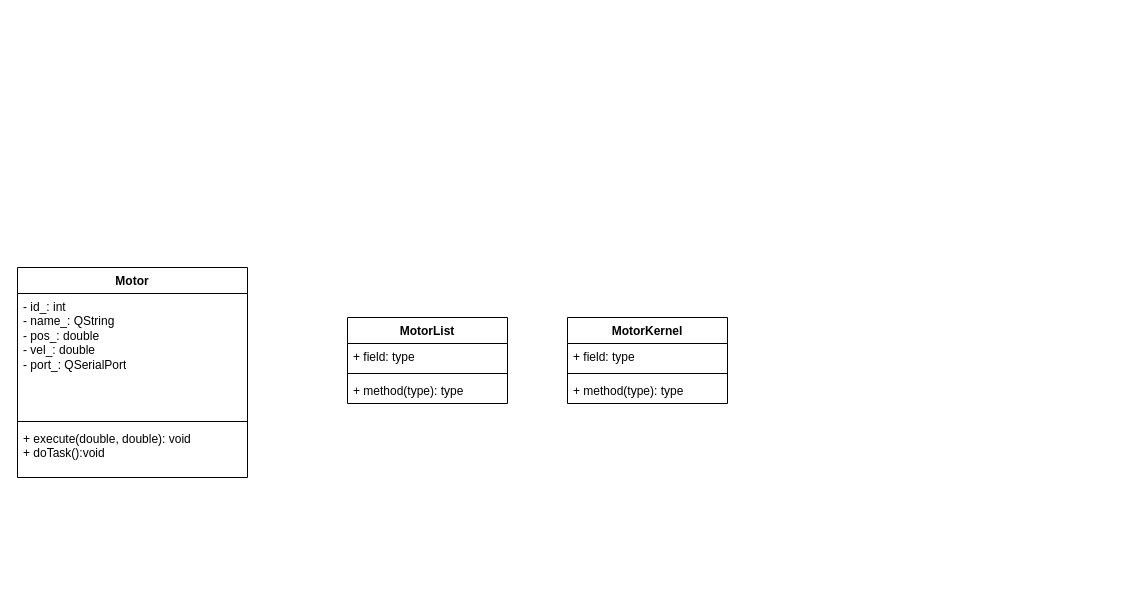
Earlier version of the draw.io diagram 未命名绘图.drawio (Shi-Yueyang/nanhang-motor-qt). Source tidied: cells renumbered, new cells numbered last; positions are measured from the earlier drawing's top-left corner, leaving out a move shared by most shapes. Both pictures are drawn from the tidied source at 100%, with x=0, y=0 at pixel (17, 267).
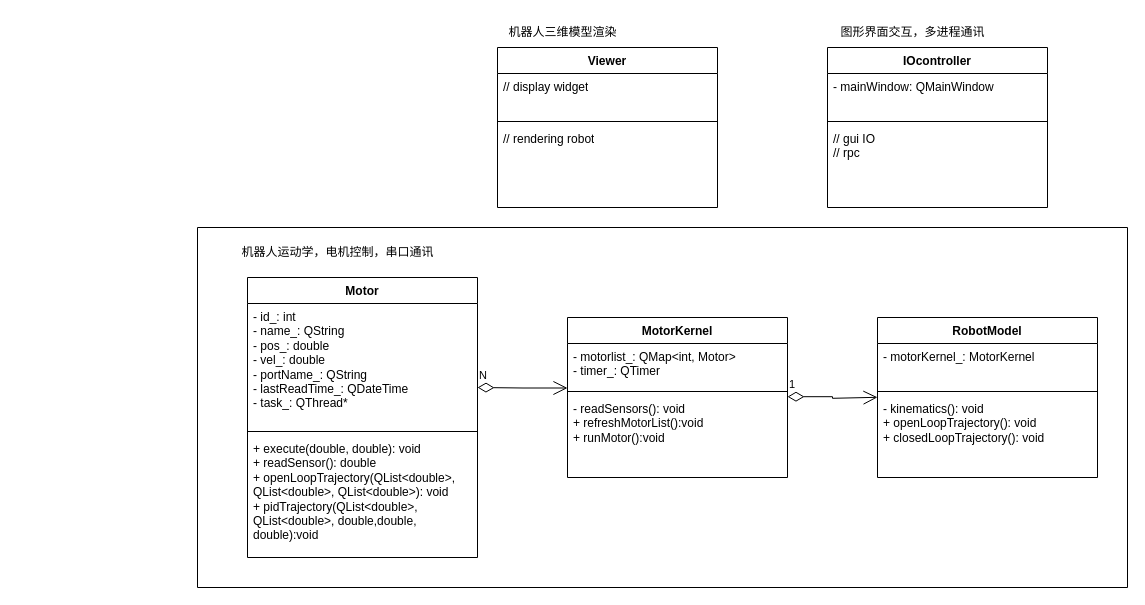
The same diagram, later.

Commit message:
更新未命名绘图.drawio

What changed in the source:
```diff
@@
     <mxCell id="2" value="MotorKernel" style="swimlane;fontStyle=1;align=center;verticalAlign=top;horizontal=1;startSize=26;whiteSpace=wrap;html=1;" parent="1" vertex="1">
-      <mxGeometry x="550" y="50" width="160" height="86" as="geometry" />
+      <mxGeometry x="550" y="50" width="220" height="160" as="geometry" />
     </mxCell>
-    <mxCell id="3" value="+ field: type" style="text;strokeColor=none;fillColor=none;align=left;verticalAlign=top;spacingLeft=4;spacingRight=4;overflow=hidden;whiteSpace=wrap;html=1;" parent="2" vertex="1">
-      <mxGeometry y="26" width="160" height="26" as="geometry" />
+    <mxCell id="3" value="- motorlist_: QMap&amp;lt;int, Motor&amp;gt;&lt;br&gt;- timer_: QTimer" style="text;strokeColor=none;fillColor=none;align=left;verticalAlign=top;spacingLeft=4;spacingRight=4;overflow=hidden;whiteSpace=wrap;html=1;" parent="2" vertex="1">
+      <mxGeometry y="26" width="220" height="44" as="geometry" />
     </mxCell>
     <mxCell id="4" style="line;strokeWidth=1;fillColor=none;align=left;verticalAlign=middle;spacingTop=-1;spacingLeft=3;spacingRight=3;labelPosition=right;strokeColor=inherit;" parent="2" vertex="1">
-      <mxGeometry y="52" width="160" height="8" as="geometry" />
+      <mxGeometry y="70" width="220" height="8" as="geometry" />
     </mxCell>
-    <mxCell id="5" value="+ method(type): type" style="text;strokeColor=none;fillColor=none;align=left;verticalAlign=top;spacingLeft=4;spacingRight=4;overflow=hidden;whiteSpace=wrap;html=1;" parent="2" vertex="1">
-      <mxGeometry y="60" width="160" height="26" as="geometry" />
+    <mxCell id="5" value="- readSensors(): void&lt;br&gt;+ refreshMotorList():void&lt;br&gt;+ runMotor():void" style="text;strokeColor=none;fillColor=none;align=left;verticalAlign=top;spacingLeft=4;spacingRight=4;overflow=hidden;whiteSpace=wrap;html=1;" parent="2" vertex="1">
+      <mxGeometry y="78" width="220" height="82" as="geometry" />
     </mxCell>
-    <mxCell id="6" value="MotorList" style="swimlane;fontStyle=1;align=center;verticalAlign=top;horizontal=1;startSize=26;whiteSpace=wrap;html=1;" parent="1" vertex="1">
-      <mxGeometry x="330" y="50" width="160" height="86" as="geometry" />
-    </mxCell>
-    <mxCell id="7" value="+ field: type" style="text;strokeColor=none;fillColor=none;align=left;verticalAlign=top;spacingLeft=4;spacingRight=4;overflow=hidden;whiteSpace=wrap;html=1;" parent="6" vertex="1">
-      <mxGeometry y="26" width="160" height="26" as="geometry" />
-    </mxCell>
-    <mxCell id="8" style="line;strokeWidth=1;fillColor=none;align=left;verticalAlign=middle;spacingTop=-1;spacingLeft=3;spacingRight=3;labelPosition=right;strokeColor=inherit;" parent="6" vertex="1">
-      <mxGeometry y="52" width="160" height="8" as="geometry" />
-    </mxCell>
-    <mxCell id="9" value="+ method(type): type" style="text;strokeColor=none;fillColor=none;align=left;verticalAlign=top;spacingLeft=4;spacingRight=4;overflow=hidden;whiteSpace=wrap;html=1;" parent="6" vertex="1">
-      <mxGeometry y="60" width="160" height="26" as="geometry" />
-    </mxCell>
     <mxCell id="10" value="Motor" style="swimlane;fontStyle=1;align=center;verticalAlign=top;horizontal=1;startSize=26;whiteSpace=wrap;html=1;" parent="1" vertex="1">
-      <mxGeometry width="230" height="210" as="geometry" />
+      <mxGeometry x="230" y="10" width="230" height="280" as="geometry" />
     </mxCell>
-    <mxCell id="11" value="- id_: int&lt;br&gt;- name_: QString&lt;br&gt;- pos_: double&lt;br&gt;- vel_: double&lt;br&gt;- port_:&amp;nbsp;QSerialPort" style="text;strokeColor=none;fillColor=none;align=left;verticalAlign=top;spacingLeft=4;spacingRight=4;overflow=hidden;whiteSpace=wrap;html=1;" parent="10" vertex="1">
+    <mxCell id="11" value="- id_: int&lt;br&gt;- name_: QString&lt;br&gt;- pos_: double&lt;br&gt;- vel_: double&lt;br&gt;- portName_:&amp;nbsp;QString&lt;br&gt;- lastReadTime_: QDateTime&lt;br&gt;- task_: QThread*" style="text;strokeColor=none;fillColor=none;align=left;verticalAlign=top;spacingLeft=4;spacingRight=4;overflow=hidden;whiteSpace=wrap;html=1;" parent="10" vertex="1">
       <mxGeometry y="26" width="230" height="124" as="geometry" />
     </mxCell>
@@
-    <mxCell id="13" value="+ execute(double, double): void&lt;br&gt;+ doTask():void" style="text;strokeColor=none;fillColor=none;align=left;verticalAlign=top;spacingLeft=4;spacingRight=4;overflow=hidden;whiteSpace=wrap;html=1;" parent="10" vertex="1">
-      <mxGeometry y="158" width="230" height="52" as="geometry" />
+    <mxCell id="13" value="+ execute(double, double): void&lt;br&gt;+ readSensor(): double&lt;br&gt;+ openLoopTrajectory(QList&amp;lt;double&amp;gt;, QList&amp;lt;double&amp;gt;, QList&amp;lt;double&amp;gt;): void&lt;br&gt;+ pidTrajectory(QList&amp;lt;double&amp;gt;, QList&amp;lt;double&amp;gt;, double,double, double):void" style="text;strokeColor=none;fillColor=none;align=left;verticalAlign=top;spacingLeft=4;spacingRight=4;overflow=hidden;whiteSpace=wrap;html=1;" parent="10" vertex="1">
+      <mxGeometry y="158" width="230" height="122" as="geometry" />
     </mxCell>
+    <mxCell id="14" value="N" style="endArrow=open;html=1;endSize=12;startArrow=diamondThin;startSize=14;startFill=0;edgeStyle=orthogonalEdgeStyle;align=left;verticalAlign=bottom;rounded=0;" parent="1" edge="1">
+      <mxGeometry x="-1" y="3" relative="1" as="geometry">
+        <mxPoint x="460" y="120" as="sourcePoint" />
+        <mxPoint x="550" y="120.5" as="targetPoint" />
+      </mxGeometry>
+    </mxCell>
+    <mxCell id="15" value="RobotModel" style="swimlane;fontStyle=1;align=center;verticalAlign=top;horizontal=1;startSize=26;whiteSpace=wrap;html=1;" parent="1" vertex="1">
+      <mxGeometry x="860" y="50" width="220" height="160" as="geometry" />
+    </mxCell>
+    <mxCell id="16" value="- motorKernel_: MotorKernel&lt;br&gt;" style="text;strokeColor=none;fillColor=none;align=left;verticalAlign=top;spacingLeft=4;spacingRight=4;overflow=hidden;whiteSpace=wrap;html=1;" parent="15" vertex="1">
+      <mxGeometry y="26" width="220" height="44" as="geometry" />
+    </mxCell>
+    <mxCell id="17" style="line;strokeWidth=1;fillColor=none;align=left;verticalAlign=middle;spacingTop=-1;spacingLeft=3;spacingRight=3;labelPosition=right;strokeColor=inherit;" parent="15" vertex="1">
+      <mxGeometry y="70" width="220" height="8" as="geometry" />
+    </mxCell>
+    <mxCell id="18" value="- kinematics(): void&lt;br&gt;+ openLoopTrajectory(): void&lt;br&gt;+ closedLoopTrajectory(): void" style="text;strokeColor=none;fillColor=none;align=left;verticalAlign=top;spacingLeft=4;spacingRight=4;overflow=hidden;whiteSpace=wrap;html=1;" parent="15" vertex="1">
+      <mxGeometry y="78" width="220" height="82" as="geometry" />
+    </mxCell>
+    <mxCell id="19" value="1" style="endArrow=open;html=1;endSize=12;startArrow=diamondThin;startSize=14;startFill=0;edgeStyle=orthogonalEdgeStyle;align=left;verticalAlign=bottom;rounded=0;" parent="1" edge="1">
+      <mxGeometry x="-1" y="3" relative="1" as="geometry">
+        <mxPoint x="770" y="129.2" as="sourcePoint" />
+        <mxPoint x="860" y="129.8" as="targetPoint" />
+        <Array as="points">
+          <mxPoint x="815" y="129.8" />
+          <mxPoint x="815" y="130.8" />
+        </Array>
+      </mxGeometry>
+    </mxCell>
+    <mxCell id="20" style="swimlane;startSize=0;" parent="1" vertex="1">
+      <mxGeometry x="180" y="-40" width="930" height="360" as="geometry" />
+    </mxCell>
+    <mxCell id="21" value="机器人运动学，电机控制，串口通讯" style="text;html=1;align=center;verticalAlign=middle;strokeColor=none;fillColor=none;" parent="20" vertex="1">
+      <mxGeometry x="30" y="10" width="220" height="30" as="geometry" />
+    </mxCell>
+    <mxCell id="22" value="IOcontroller" style="swimlane;fontStyle=1;align=center;verticalAlign=top;horizontal=1;startSize=26;whiteSpace=wrap;html=1;" parent="1" vertex="1">
+      <mxGeometry x="810" y="-220" width="220" height="160" as="geometry" />
+    </mxCell>
+    <mxCell id="23" value="- mainWindow: QMainWindow" style="text;strokeColor=none;fillColor=none;align=left;verticalAlign=top;spacingLeft=4;spacingRight=4;overflow=hidden;whiteSpace=wrap;html=1;" parent="22" vertex="1">
+      <mxGeometry y="26" width="220" height="44" as="geometry" />
+    </mxCell>
+    <mxCell id="24" style="line;strokeWidth=1;fillColor=none;align=left;verticalAlign=middle;spacingTop=-1;spacingLeft=3;spacingRight=3;labelPosition=right;strokeColor=inherit;" parent="22" vertex="1">
+      <mxGeometry y="70" width="220" height="8" as="geometry" />
+    </mxCell>
+    <mxCell id="25" value="// gui IO&lt;br&gt;// rpc" style="text;strokeColor=none;fillColor=none;align=left;verticalAlign=top;spacingLeft=4;spacingRight=4;overflow=hidden;whiteSpace=wrap;html=1;" parent="22" vertex="1">
+      <mxGeometry y="78" width="220" height="82" as="geometry" />
+    </mxCell>
+    <mxCell id="26" value="Viewer" style="swimlane;fontStyle=1;align=center;verticalAlign=top;horizontal=1;startSize=26;whiteSpace=wrap;html=1;" parent="1" vertex="1">
+      <mxGeometry x="480" y="-220" width="220" height="160" as="geometry" />
+    </mxCell>
+    <mxCell id="27" value="// display widget" style="text;strokeColor=none;fillColor=none;align=left;verticalAlign=top;spacingLeft=4;spacingRight=4;overflow=hidden;whiteSpace=wrap;html=1;" parent="26" vertex="1">
+      <mxGeometry y="26" width="220" height="44" as="geometry" />
+    </mxCell>
+    <mxCell id="28" style="line;strokeWidth=1;fillColor=none;align=left;verticalAlign=middle;spacingTop=-1;spacingLeft=3;spacingRight=3;labelPosition=right;strokeColor=inherit;" parent="26" vertex="1">
+      <mxGeometry y="70" width="220" height="8" as="geometry" />
+    </mxCell>
+    <mxCell id="29" value="// rendering robot" style="text;strokeColor=none;fillColor=none;align=left;verticalAlign=top;spacingLeft=4;spacingRight=4;overflow=hidden;whiteSpace=wrap;html=1;" parent="26" vertex="1">
+      <mxGeometry y="78" width="220" height="82" as="geometry" />
+    </mxCell>
+    <mxCell id="30" value="图形界面交互，多进程通讯" style="text;html=1;align=center;verticalAlign=middle;strokeColor=none;fillColor=none;" parent="1" vertex="1">
+      <mxGeometry x="810" y="-250" width="170" height="30" as="geometry" />
+    </mxCell>
+    <mxCell id="31" value="机器人三维模型渲染" style="text;html=1;align=center;verticalAlign=middle;strokeColor=none;fillColor=none;" parent="1" vertex="1">
+      <mxGeometry x="480" y="-250" width="130" height="30" as="geometry" />
+    </mxCell>
```
